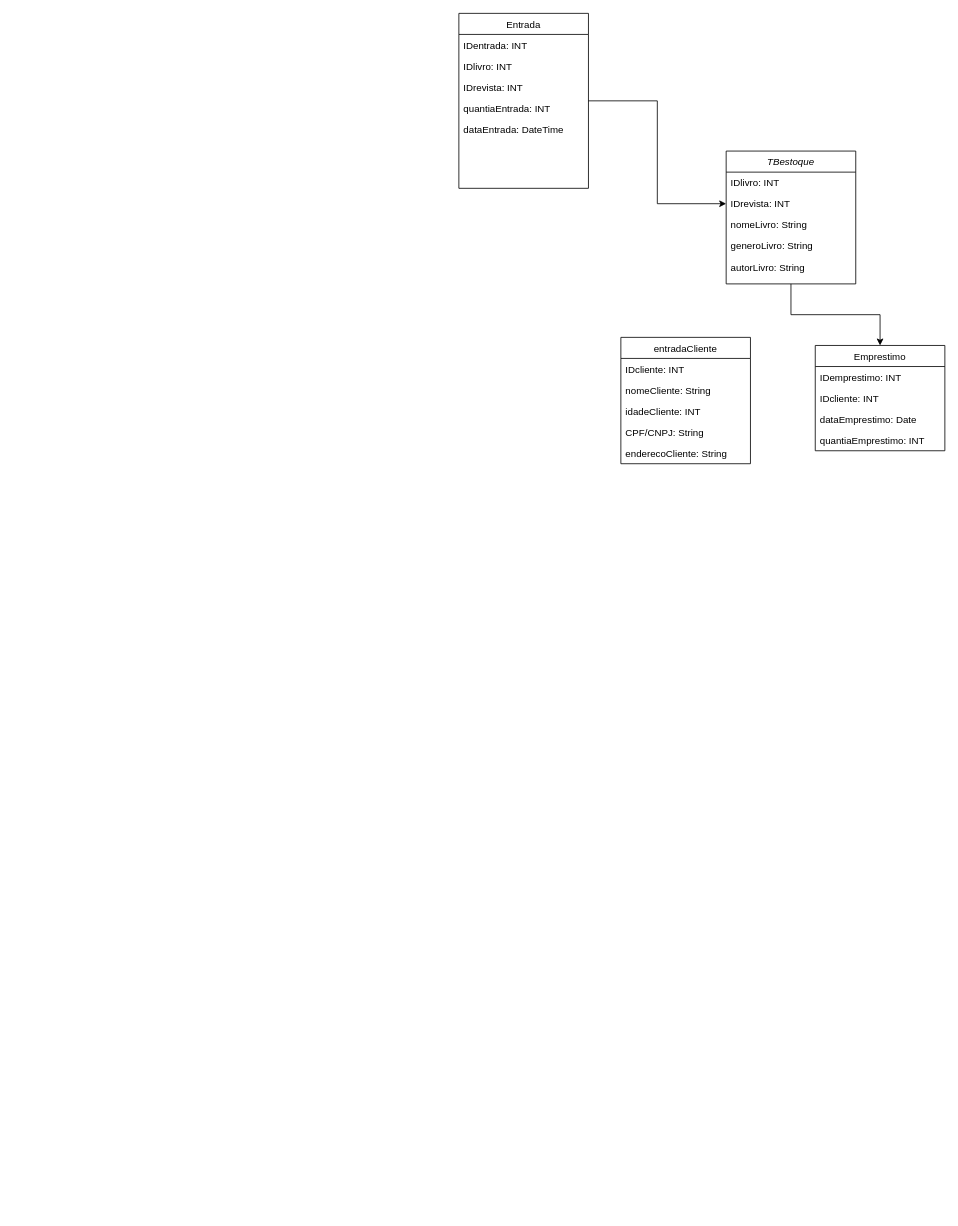
The draw.io diagram diagramaDEclasses.drawio in fe1ipesena/biblioteca-Java-Swing, before the edit. Source tidied: cells renumbered, new cells numbered last; positions are measured from the earlier drawing's top-left corner, leaving out a move shared by most shapes. Both pictures are drawn from the tidied source at 81%, with x=0, y=0 at pixel (458, 13).
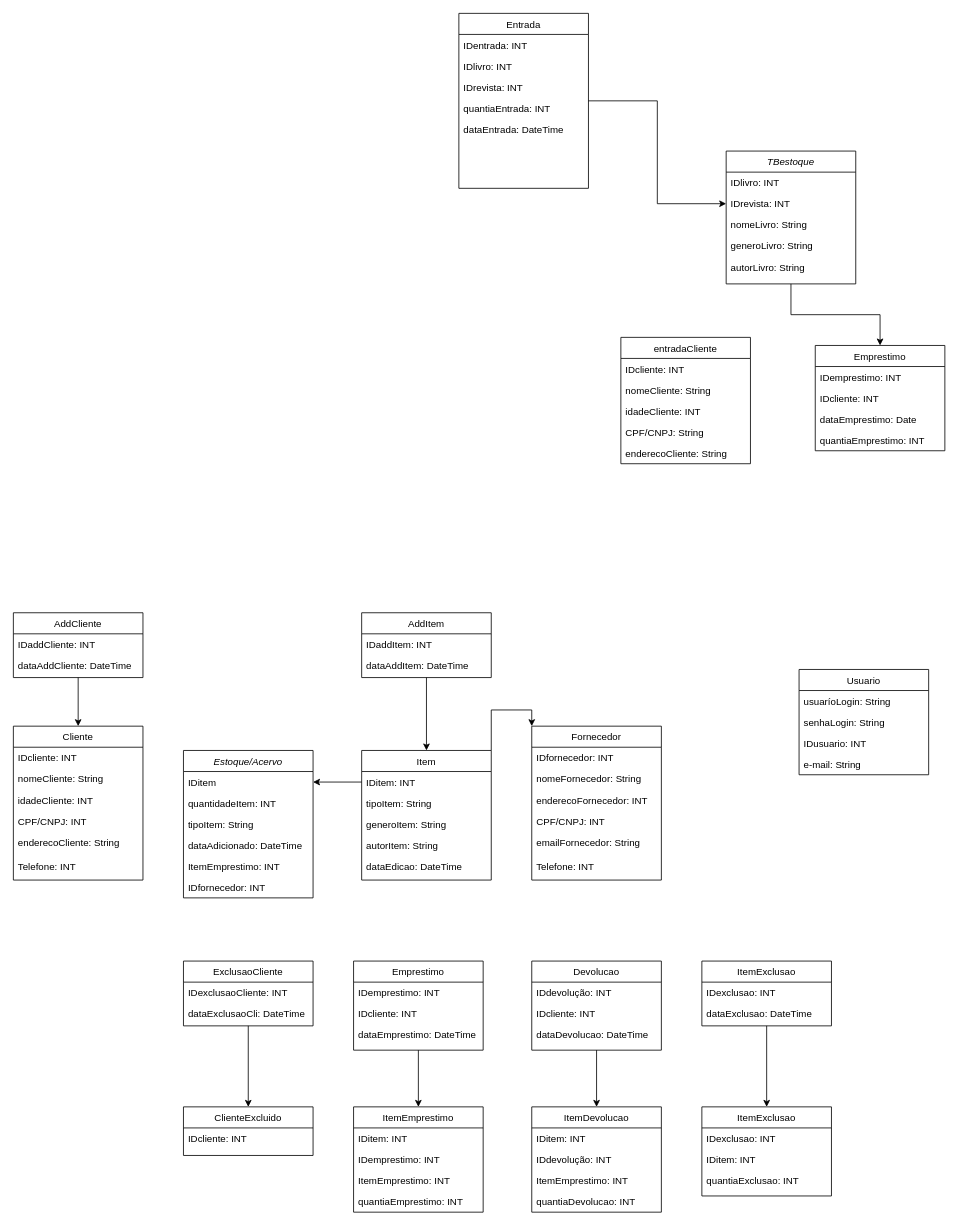
After the change.

The edit, as a diff of the source:
```diff
@@
+    <mxCell id="27" value="Estoque/Acervo" style="swimlane;fontStyle=2;align=center;verticalAlign=top;horizontal=1;startSize=26;rounded=0;shadow=0;strokeWidth=1;" parent="1" vertex="1">
+      <mxGeometry x="-340" y="910" width="160" height="182" as="geometry" />
+    </mxCell>
+    <mxCell id="28" value="IDitem" style="text;align=left;verticalAlign=top;spacingLeft=4;spacingRight=4;overflow=hidden;points=[[0,0.5],[1,0.5]];portConstraint=eastwest;" parent="27" vertex="1">
+      <mxGeometry y="26" width="160" height="26" as="geometry" />
+    </mxCell>
+    <mxCell id="29" value="quantidadeItem: INT" style="text;align=left;verticalAlign=top;spacingLeft=4;spacingRight=4;overflow=hidden;" parent="27" vertex="1">
+      <mxGeometry y="52" width="160" height="26" as="geometry" />
+    </mxCell>
+    <mxCell id="30" value="tipoItem: String" style="text;align=left;verticalAlign=top;spacingLeft=4;spacingRight=4;overflow=hidden;" parent="27" vertex="1">
+      <mxGeometry y="78" width="160" height="26" as="geometry" />
+    </mxCell>
+    <mxCell id="31" value="dataAdicionado: DateTime" style="text;align=left;verticalAlign=top;spacingLeft=4;spacingRight=4;overflow=hidden;" parent="27" vertex="1">
+      <mxGeometry y="104" width="160" height="26" as="geometry" />
+    </mxCell>
+    <mxCell id="32" value="ItemEmprestimo: INT" style="text;align=left;verticalAlign=top;spacingLeft=4;spacingRight=4;overflow=hidden;" parent="27" vertex="1">
+      <mxGeometry y="130" width="160" height="26" as="geometry" />
+    </mxCell>
+    <mxCell id="33" value="IDfornecedor: INT" style="text;align=left;verticalAlign=top;spacingLeft=4;spacingRight=4;overflow=hidden;" parent="27" vertex="1">
+      <mxGeometry y="156" width="160" height="26" as="geometry" />
+    </mxCell>
+    <mxCell id="34" value="Cliente" style="swimlane;fontStyle=0;align=center;verticalAlign=top;horizontal=1;startSize=26;rounded=0;shadow=0;strokeWidth=1;" parent="1" vertex="1">
+      <mxGeometry x="-550" y="880" width="160" height="190" as="geometry" />
+    </mxCell>
+    <mxCell id="35" value="IDcliente: INT" style="text;align=left;verticalAlign=top;spacingLeft=4;spacingRight=4;overflow=hidden;" parent="34" vertex="1">
+      <mxGeometry y="26" width="160" height="26" as="geometry" />
+    </mxCell>
+    <mxCell id="36" value="nomeCliente: String" style="text;align=left;verticalAlign=top;spacingLeft=4;spacingRight=4;overflow=hidden;" parent="34" vertex="1">
+      <mxGeometry y="52" width="160" height="26" as="geometry" />
+    </mxCell>
+    <mxCell id="37" value="idadeCliente: INT" style="text;align=left;verticalAlign=top;spacingLeft=4;spacingRight=4;overflow=hidden;" parent="34" vertex="1">
+      <mxGeometry y="78" width="160" height="26" as="geometry" />
+    </mxCell>
+    <mxCell id="38" value="CPF/CNPJ: INT" style="text;align=left;verticalAlign=top;spacingLeft=4;spacingRight=4;overflow=hidden;" parent="34" vertex="1">
+      <mxGeometry y="104" width="160" height="26" as="geometry" />
+    </mxCell>
+    <mxCell id="39" value="enderecoCliente: String" style="text;align=left;verticalAlign=top;spacingLeft=4;spacingRight=4;overflow=hidden;" parent="34" vertex="1">
+      <mxGeometry y="130" width="160" height="30" as="geometry" />
+    </mxCell>
+    <mxCell id="40" value="Telefone: INT&#10;" style="text;align=left;verticalAlign=top;spacingLeft=4;spacingRight=4;overflow=hidden;" parent="34" vertex="1">
+      <mxGeometry y="160" width="160" height="26" as="geometry" />
+    </mxCell>
+    <mxCell id="41" value="Usuario" style="swimlane;fontStyle=0;align=center;verticalAlign=top;horizontal=1;startSize=26;rounded=0;shadow=0;strokeWidth=1;" parent="1" vertex="1">
+      <mxGeometry x="420" y="810" width="160" height="130" as="geometry" />
+    </mxCell>
+    <mxCell id="42" value="usuaríoLogin: String" style="text;align=left;verticalAlign=top;spacingLeft=4;spacingRight=4;overflow=hidden;" parent="41" vertex="1">
+      <mxGeometry y="26" width="160" height="26" as="geometry" />
+    </mxCell>
+    <mxCell id="43" value="senhaLogin: String" style="text;align=left;verticalAlign=top;spacingLeft=4;spacingRight=4;overflow=hidden;" parent="41" vertex="1">
+      <mxGeometry y="52" width="160" height="26" as="geometry" />
+    </mxCell>
+    <mxCell id="44" value="IDusuario: INT" style="text;align=left;verticalAlign=top;spacingLeft=4;spacingRight=4;overflow=hidden;" parent="41" vertex="1">
+      <mxGeometry y="78" width="160" height="26" as="geometry" />
+    </mxCell>
+    <mxCell id="45" value="e-mail: String" style="text;align=left;verticalAlign=top;spacingLeft=4;spacingRight=4;overflow=hidden;" parent="41" vertex="1">
+      <mxGeometry y="104" width="160" height="26" as="geometry" />
+    </mxCell>
+    <mxCell id="46" style="edgeStyle=orthogonalEdgeStyle;rounded=0;jettySize=auto;html=1;entryX=0.5;entryY=0;entryDx=0;entryDy=0;" parent="1" edge="1" source="47" target="56">
+      <mxGeometry relative="1" as="geometry" />
+    </mxCell>
+    <mxCell id="47" value="Emprestimo" style="swimlane;fontStyle=0;align=center;verticalAlign=top;horizontal=1;startSize=26;rounded=0;shadow=0;strokeWidth=1;" parent="1" vertex="1">
+      <mxGeometry x="-130" y="1170" width="160" height="110" as="geometry" />
+    </mxCell>
+    <mxCell id="48" value="IDemprestimo: INT" style="text;align=left;verticalAlign=top;spacingLeft=4;spacingRight=4;overflow=hidden;" parent="47" vertex="1">
+      <mxGeometry y="26" width="160" height="26" as="geometry" />
+    </mxCell>
+    <mxCell id="49" value="IDcliente: INT" style="text;align=left;verticalAlign=top;spacingLeft=4;spacingRight=4;overflow=hidden;" parent="47" vertex="1">
+      <mxGeometry y="52" width="160" height="26" as="geometry" />
+    </mxCell>
+    <mxCell id="50" value="dataEmprestimo: DateTime" style="text;align=left;verticalAlign=top;spacingLeft=4;spacingRight=4;overflow=hidden;" parent="47" vertex="1">
+      <mxGeometry y="78" width="160" height="26" as="geometry" />
+    </mxCell>
+    <mxCell id="51" style="edgeStyle=orthogonalEdgeStyle;rounded=0;jettySize=auto;html=1;entryX=0.5;entryY=0;entryDx=0;entryDy=0;" parent="1" edge="1" source="52" target="61">
+      <mxGeometry relative="1" as="geometry" />
+    </mxCell>
+    <mxCell id="52" value="Devolucao" style="swimlane;fontStyle=0;align=center;verticalAlign=top;horizontal=1;startSize=26;rounded=0;shadow=0;strokeWidth=1;" parent="1" vertex="1">
+      <mxGeometry x="90" y="1170" width="160" height="110" as="geometry" />
+    </mxCell>
+    <mxCell id="53" value="IDdevolução: INT" style="text;align=left;verticalAlign=top;spacingLeft=4;spacingRight=4;overflow=hidden;" parent="52" vertex="1">
+      <mxGeometry y="26" width="160" height="26" as="geometry" />
+    </mxCell>
+    <mxCell id="54" value="IDcliente: INT" style="text;align=left;verticalAlign=top;spacingLeft=4;spacingRight=4;overflow=hidden;" parent="52" vertex="1">
+      <mxGeometry y="52" width="160" height="26" as="geometry" />
+    </mxCell>
+    <mxCell id="55" value="dataDevolucao: DateTime" style="text;align=left;verticalAlign=top;spacingLeft=4;spacingRight=4;overflow=hidden;" parent="52" vertex="1">
+      <mxGeometry y="78" width="160" height="26" as="geometry" />
+    </mxCell>
+    <mxCell id="56" value="ItemEmprestimo" style="swimlane;fontStyle=0;align=center;verticalAlign=top;horizontal=1;startSize=26;rounded=0;shadow=0;strokeWidth=1;" parent="1" vertex="1">
+      <mxGeometry x="-130" y="1350" width="160" height="130" as="geometry" />
+    </mxCell>
+    <mxCell id="57" value="IDitem: INT" style="text;align=left;verticalAlign=top;spacingLeft=4;spacingRight=4;overflow=hidden;" parent="56" vertex="1">
+      <mxGeometry y="26" width="160" height="26" as="geometry" />
+    </mxCell>
+    <mxCell id="58" value="IDemprestimo: INT" style="text;align=left;verticalAlign=top;spacingLeft=4;spacingRight=4;overflow=hidden;" parent="56" vertex="1">
+      <mxGeometry y="52" width="160" height="26" as="geometry" />
+    </mxCell>
+    <mxCell id="59" value="ItemEmprestimo: INT" style="text;align=left;verticalAlign=top;spacingLeft=4;spacingRight=4;overflow=hidden;" parent="56" vertex="1">
+      <mxGeometry y="78" width="160" height="26" as="geometry" />
+    </mxCell>
+    <mxCell id="60" value="quantiaEmprestimo: INT" style="text;align=left;verticalAlign=top;spacingLeft=4;spacingRight=4;overflow=hidden;" parent="56" vertex="1">
+      <mxGeometry y="104" width="160" height="26" as="geometry" />
+    </mxCell>
+    <mxCell id="61" value="ItemDevolucao" style="swimlane;fontStyle=0;align=center;verticalAlign=top;horizontal=1;startSize=26;rounded=0;shadow=0;strokeWidth=1;" parent="1" vertex="1">
+      <mxGeometry x="90" y="1350" width="160" height="130" as="geometry" />
+    </mxCell>
+    <mxCell id="62" value="IDitem: INT" style="text;align=left;verticalAlign=top;spacingLeft=4;spacingRight=4;overflow=hidden;" parent="61" vertex="1">
+      <mxGeometry y="26" width="160" height="26" as="geometry" />
+    </mxCell>
+    <mxCell id="63" value="IDdevolução: INT" style="text;align=left;verticalAlign=top;spacingLeft=4;spacingRight=4;overflow=hidden;" parent="61" vertex="1">
+      <mxGeometry y="52" width="160" height="26" as="geometry" />
+    </mxCell>
+    <mxCell id="64" value="ItemEmprestimo: INT" style="text;align=left;verticalAlign=top;spacingLeft=4;spacingRight=4;overflow=hidden;" parent="61" vertex="1">
+      <mxGeometry y="78" width="160" height="26" as="geometry" />
+    </mxCell>
+    <mxCell id="65" value="quantiaDevolucao: INT" style="text;align=left;verticalAlign=top;spacingLeft=4;spacingRight=4;overflow=hidden;" parent="61" vertex="1">
+      <mxGeometry y="104" width="160" height="26" as="geometry" />
+    </mxCell>
+    <mxCell id="66" style="edgeStyle=orthogonalEdgeStyle;rounded=0;jettySize=auto;html=1;exitX=1;exitY=0;exitDx=0;exitDy=0;entryX=0;entryY=0;entryDx=0;entryDy=0;" parent="1" edge="1" source="67" target="81">
+      <mxGeometry relative="1" as="geometry" />
+    </mxCell>
+    <mxCell id="67" value="Item" style="swimlane;fontStyle=0;align=center;verticalAlign=top;horizontal=1;startSize=26;rounded=0;shadow=0;strokeWidth=1;" parent="1" vertex="1">
+      <mxGeometry x="-120" y="910" width="160" height="160" as="geometry" />
+    </mxCell>
+    <mxCell id="68" value="IDitem: INT" style="text;align=left;verticalAlign=top;spacingLeft=4;spacingRight=4;overflow=hidden;points=[[0,0.5],[1,0.5]];portConstraint=eastwest;" parent="67" vertex="1">
+      <mxGeometry y="26" width="160" height="26" as="geometry" />
+    </mxCell>
+    <mxCell id="69" value="tipoItem: String" style="text;align=left;verticalAlign=top;spacingLeft=4;spacingRight=4;overflow=hidden;" parent="67" vertex="1">
+      <mxGeometry y="52" width="160" height="26" as="geometry" />
+    </mxCell>
+    <mxCell id="70" value="generoItem: String" style="text;align=left;verticalAlign=top;spacingLeft=4;spacingRight=4;overflow=hidden;" parent="67" vertex="1">
+      <mxGeometry y="78" width="160" height="26" as="geometry" />
+    </mxCell>
+    <mxCell id="71" value="autorItem: String" style="text;align=left;verticalAlign=top;spacingLeft=4;spacingRight=4;overflow=hidden;" parent="67" vertex="1">
+      <mxGeometry y="104" width="160" height="26" as="geometry" />
+    </mxCell>
+    <mxCell id="72" value="dataEdicao: DateTime" style="text;align=left;verticalAlign=top;spacingLeft=4;spacingRight=4;overflow=hidden;" parent="67" vertex="1">
+      <mxGeometry y="130" width="160" height="26" as="geometry" />
+    </mxCell>
+    <mxCell id="73" style="edgeStyle=orthogonalEdgeStyle;rounded=0;jettySize=auto;html=1;exitX=0.5;exitY=1;exitDx=0;exitDy=0;entryX=0.5;entryY=0;entryDx=0;entryDy=0;" parent="1" edge="1" source="74" target="77">
+      <mxGeometry relative="1" as="geometry" />
+    </mxCell>
+    <mxCell id="74" value="ItemExclusao" style="swimlane;fontStyle=0;align=center;verticalAlign=top;horizontal=1;startSize=26;rounded=0;shadow=0;strokeWidth=1;" parent="1" vertex="1">
+      <mxGeometry x="300" y="1170" width="160" height="80" as="geometry" />
+    </mxCell>
+    <mxCell id="75" value="IDexclusao: INT" style="text;align=left;verticalAlign=top;spacingLeft=4;spacingRight=4;overflow=hidden;" parent="74" vertex="1">
+      <mxGeometry y="26" width="160" height="26" as="geometry" />
+    </mxCell>
+    <mxCell id="76" value="dataExclusao: DateTime" style="text;align=left;verticalAlign=top;spacingLeft=4;spacingRight=4;overflow=hidden;" parent="74" vertex="1">
+      <mxGeometry y="52" width="160" height="26" as="geometry" />
+    </mxCell>
+    <mxCell id="77" value="ItemExclusao" style="swimlane;fontStyle=0;align=center;verticalAlign=top;horizontal=1;startSize=26;rounded=0;shadow=0;strokeWidth=1;" parent="1" vertex="1">
+      <mxGeometry x="300" y="1350" width="160" height="110" as="geometry" />
+    </mxCell>
+    <mxCell id="78" value="IDexclusao: INT" style="text;align=left;verticalAlign=top;spacingLeft=4;spacingRight=4;overflow=hidden;" parent="77" vertex="1">
+      <mxGeometry y="26" width="160" height="26" as="geometry" />
+    </mxCell>
+    <mxCell id="79" value="IDitem: INT" style="text;align=left;verticalAlign=top;spacingLeft=4;spacingRight=4;overflow=hidden;" parent="77" vertex="1">
+      <mxGeometry y="52" width="160" height="26" as="geometry" />
+    </mxCell>
+    <mxCell id="80" value="quantiaExclusao: INT" style="text;align=left;verticalAlign=top;spacingLeft=4;spacingRight=4;overflow=hidden;" parent="77" vertex="1">
+      <mxGeometry y="78" width="160" height="26" as="geometry" />
+    </mxCell>
+    <mxCell id="81" value="Fornecedor" style="swimlane;fontStyle=0;align=center;verticalAlign=top;horizontal=1;startSize=26;rounded=0;shadow=0;strokeWidth=1;" parent="1" vertex="1">
+      <mxGeometry x="90" y="880" width="160" height="190" as="geometry" />
+    </mxCell>
+    <mxCell id="82" value="IDfornecedor: INT" style="text;align=left;verticalAlign=top;spacingLeft=4;spacingRight=4;overflow=hidden;" parent="81" vertex="1">
+      <mxGeometry y="26" width="160" height="26" as="geometry" />
+    </mxCell>
+    <mxCell id="83" value="nomeFornecedor: String" style="text;align=left;verticalAlign=top;spacingLeft=4;spacingRight=4;overflow=hidden;" parent="81" vertex="1">
+      <mxGeometry y="52" width="160" height="26" as="geometry" />
+    </mxCell>
+    <mxCell id="84" value="enderecoFornecedor: INT" style="text;align=left;verticalAlign=top;spacingLeft=4;spacingRight=4;overflow=hidden;" parent="81" vertex="1">
+      <mxGeometry y="78" width="160" height="26" as="geometry" />
+    </mxCell>
+    <mxCell id="85" value="CPF/CNPJ: INT" style="text;align=left;verticalAlign=top;spacingLeft=4;spacingRight=4;overflow=hidden;" parent="81" vertex="1">
+      <mxGeometry y="104" width="160" height="26" as="geometry" />
+    </mxCell>
+    <mxCell id="86" value="emailFornecedor: String" style="text;align=left;verticalAlign=top;spacingLeft=4;spacingRight=4;overflow=hidden;" parent="81" vertex="1">
+      <mxGeometry y="130" width="160" height="30" as="geometry" />
+    </mxCell>
+    <mxCell id="87" value="Telefone: INT&#10;" style="text;align=left;verticalAlign=top;spacingLeft=4;spacingRight=4;overflow=hidden;" parent="81" vertex="1">
+      <mxGeometry y="160" width="160" height="26" as="geometry" />
+    </mxCell>
+    <mxCell id="88" style="edgeStyle=orthogonalEdgeStyle;rounded=0;jettySize=auto;html=1;entryX=0.5;entryY=0;entryDx=0;entryDy=0;" parent="1" edge="1" source="89" target="92">
+      <mxGeometry relative="1" as="geometry" />
+    </mxCell>
+    <mxCell id="89" value="ExclusaoCliente" style="swimlane;fontStyle=0;align=center;verticalAlign=top;horizontal=1;startSize=26;rounded=0;shadow=0;strokeWidth=1;" parent="1" vertex="1">
+      <mxGeometry x="-340" y="1170" width="160" height="80" as="geometry" />
+    </mxCell>
+    <mxCell id="90" value="IDexclusaoCliente: INT" style="text;align=left;verticalAlign=top;spacingLeft=4;spacingRight=4;overflow=hidden;" parent="89" vertex="1">
+      <mxGeometry y="26" width="160" height="26" as="geometry" />
+    </mxCell>
+    <mxCell id="91" value="dataExclusaoCli: DateTime" style="text;align=left;verticalAlign=top;spacingLeft=4;spacingRight=4;overflow=hidden;" parent="89" vertex="1">
+      <mxGeometry y="52" width="160" height="26" as="geometry" />
+    </mxCell>
+    <mxCell id="92" value="ClienteExcluido" style="swimlane;fontStyle=0;align=center;verticalAlign=top;horizontal=1;startSize=26;rounded=0;shadow=0;strokeWidth=1;" parent="1" vertex="1">
+      <mxGeometry x="-340" y="1350" width="160" height="60" as="geometry" />
+    </mxCell>
+    <mxCell id="93" value="IDcliente: INT" style="text;align=left;verticalAlign=top;spacingLeft=4;spacingRight=4;overflow=hidden;" parent="92" vertex="1">
+      <mxGeometry y="26" width="160" height="26" as="geometry" />
+    </mxCell>
+    <mxCell id="94" style="edgeStyle=orthogonalEdgeStyle;rounded=0;jettySize=auto;html=1;entryX=0.5;entryY=0;entryDx=0;entryDy=0;" parent="1" edge="1" source="95" target="34">
+      <mxGeometry relative="1" as="geometry" />
+    </mxCell>
+    <mxCell id="95" value="AddCliente" style="swimlane;fontStyle=0;align=center;verticalAlign=top;horizontal=1;startSize=26;rounded=0;shadow=0;strokeWidth=1;" parent="1" vertex="1">
+      <mxGeometry x="-550" y="740" width="160" height="80" as="geometry" />
+    </mxCell>
+    <mxCell id="96" value="IDaddCliente: INT" style="text;align=left;verticalAlign=top;spacingLeft=4;spacingRight=4;overflow=hidden;" parent="95" vertex="1">
+      <mxGeometry y="26" width="160" height="26" as="geometry" />
+    </mxCell>
+    <mxCell id="97" value="dataAddCliente: DateTime" style="text;align=left;verticalAlign=top;spacingLeft=4;spacingRight=4;overflow=hidden;" parent="95" vertex="1">
+      <mxGeometry y="52" width="160" height="26" as="geometry" />
+    </mxCell>
+    <mxCell id="98" style="edgeStyle=orthogonalEdgeStyle;rounded=0;jettySize=auto;html=1;entryX=0.5;entryY=0;entryDx=0;entryDy=0;" parent="1" edge="1" source="99" target="67">
+      <mxGeometry relative="1" as="geometry" />
+    </mxCell>
+    <mxCell id="99" value="AddItem" style="swimlane;fontStyle=0;align=center;verticalAlign=top;horizontal=1;startSize=26;rounded=0;shadow=0;strokeWidth=1;" parent="1" vertex="1">
+      <mxGeometry x="-120" y="740" width="160" height="80" as="geometry" />
+    </mxCell>
+    <mxCell id="100" value="IDaddItem: INT" style="text;align=left;verticalAlign=top;spacingLeft=4;spacingRight=4;overflow=hidden;" parent="99" vertex="1">
+      <mxGeometry y="26" width="160" height="26" as="geometry" />
+    </mxCell>
+    <mxCell id="101" value="dataAddItem: DateTime" style="text;align=left;verticalAlign=top;spacingLeft=4;spacingRight=4;overflow=hidden;" parent="99" vertex="1">
+      <mxGeometry y="52" width="160" height="26" as="geometry" />
+    </mxCell>
+    <mxCell id="102" style="edgeStyle=orthogonalEdgeStyle;rounded=0;jettySize=auto;html=1;exitX=0;exitY=0.5;exitDx=0;exitDy=0;entryX=1;entryY=0.5;entryDx=0;entryDy=0;" parent="1" edge="1" source="68" target="28">
+      <mxGeometry relative="1" as="geometry" />
+    </mxCell>
```
